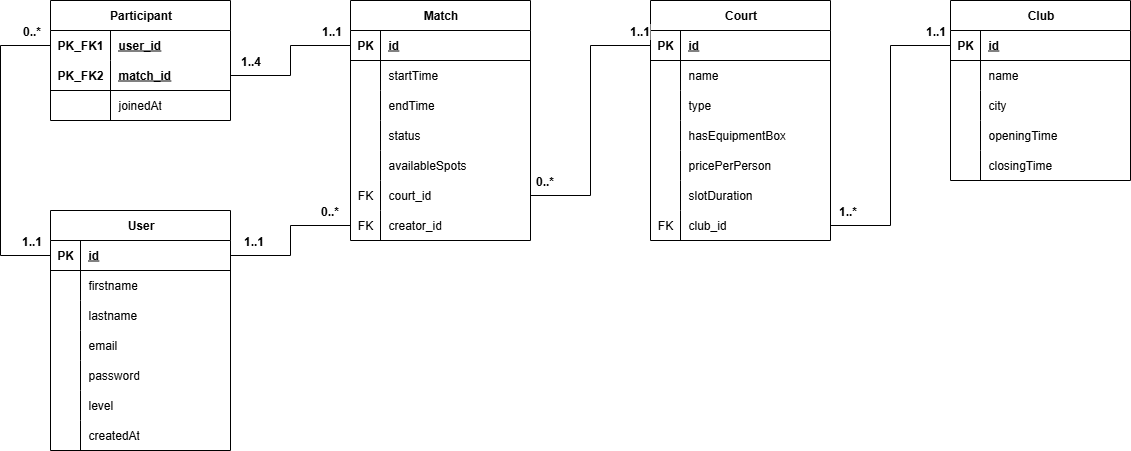
Before: documentation-latex/img/api_entity_relationship_diagram.png, a diagram exported from draw.io (jonathanboreljaquet/bj-travail-bachelor-2026). Source tidied: cells renumbered, new cells last; positions are measured from the earlier drawing's top-left corner, leaving out a move shared by most shapes.
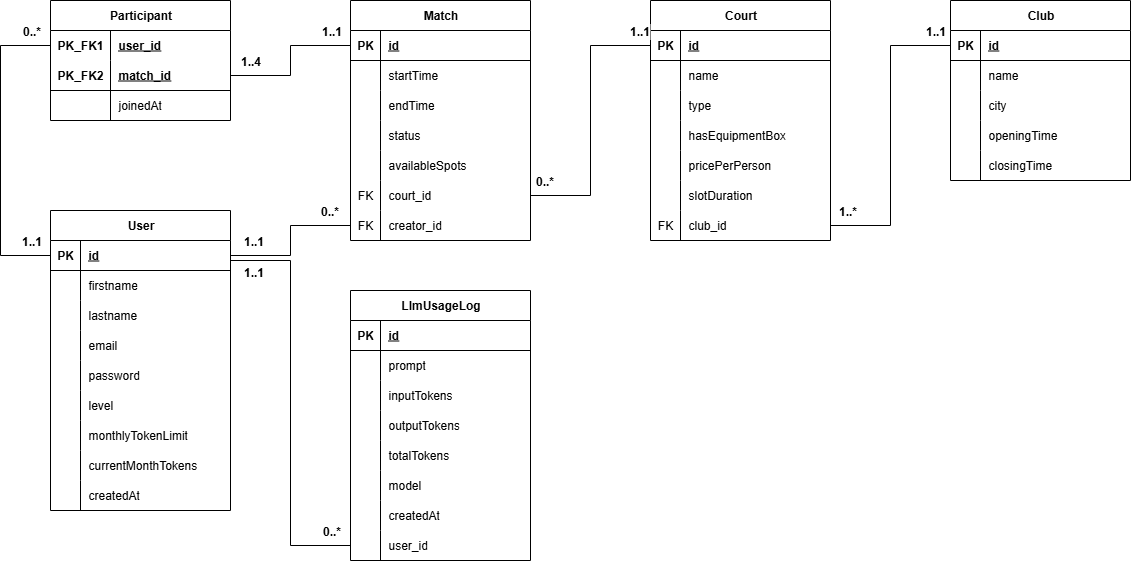
After the change.

What changed in the source:
```diff
@@ -3,7 +3,7 @@
     <mxCell id="0" />
     <mxCell id="1" parent="0" />
     <mxCell id="2" value="User" style="shape=table;startSize=30;rowLines=0;fontStyle=1;align=center;html=1;" parent="1" vertex="1">
-      <mxGeometry x="50" y="210" width="180" height="240" as="geometry" />
+      <mxGeometry x="50" y="210" width="180" height="300" as="geometry" />
     </mxCell>
     <mxCell id="3" style="shape=tableRow;horizontal=0;startSize=0;swimlaneHead=0;swimlaneBody=0;fillColor=none;points=[[0,0.5],[1,0.5]];portConstraint=eastwest;top=0;left=0;right=0;bottom=1;" parent="2" vertex="1">
       <mxGeometry y="30" width="180" height="30" as="geometry" />
@@ -65,9 +65,27 @@
     <mxCell id="22" style="shape=partialRectangle;fillColor=none;top=0;left=0;bottom=0;right=0;overflow=hidden;whiteSpace=wrap;html=1;" parent="21" vertex="1">
       <mxGeometry width="30" height="30" as="geometry" />
     </mxCell>
-    <mxCell id="23" value="createdAt" style="shape=partialRectangle;fillColor=none;top=0;left=0;bottom=0;right=0;align=left;spacingLeft=6;overflow=hidden;whiteSpace=wrap;html=1;" parent="21" vertex="1">
+    <mxCell id="23" value="monthlyTokenLimit" style="shape=partialRectangle;fillColor=none;top=0;left=0;bottom=0;right=0;align=left;spacingLeft=6;overflow=hidden;whiteSpace=wrap;html=1;" parent="21" vertex="1">
       <mxGeometry x="30" width="150" height="30" as="geometry" />
     </mxCell>
+    <mxCell id="109" style="shape=tableRow;horizontal=0;startSize=0;swimlaneHead=0;swimlaneBody=0;fillColor=none;top=0;left=0;right=0;bottom=0;" parent="2" vertex="1">
+      <mxGeometry y="240" width="180" height="30" as="geometry" />
+    </mxCell>
+    <mxCell id="110" style="shape=partialRectangle;fillColor=none;top=0;left=0;bottom=0;right=0;overflow=hidden;whiteSpace=wrap;html=1;" parent="109" vertex="1">
+      <mxGeometry width="30" height="30" as="geometry" />
+    </mxCell>
+    <mxCell id="111" value="currentMonthTokens" style="shape=partialRectangle;fillColor=none;top=0;left=0;bottom=0;right=0;align=left;spacingLeft=6;overflow=hidden;whiteSpace=wrap;html=1;" parent="109" vertex="1">
+      <mxGeometry x="30" width="150" height="30" as="geometry" />
+    </mxCell>
+    <mxCell id="112" style="shape=tableRow;horizontal=0;startSize=0;swimlaneHead=0;swimlaneBody=0;fillColor=none;top=0;left=0;right=0;bottom=0;" parent="2" vertex="1">
+      <mxGeometry y="270" width="180" height="30" as="geometry" />
+    </mxCell>
+    <mxCell id="113" style="shape=partialRectangle;fillColor=none;top=0;left=0;bottom=0;right=0;overflow=hidden;whiteSpace=wrap;html=1;" parent="112" vertex="1">
+      <mxGeometry width="30" height="30" as="geometry" />
+    </mxCell>
+    <mxCell id="114" value="createdAt" style="shape=partialRectangle;fillColor=none;top=0;left=0;bottom=0;right=0;align=left;spacingLeft=6;overflow=hidden;whiteSpace=wrap;html=1;" parent="112" vertex="1">
+      <mxGeometry x="30" width="150" height="30" as="geometry" />
+    </mxCell>
     <mxCell id="24" value="Club" style="shape=table;startSize=30;rowLines=0;fontStyle=1;align=center;html=1;" parent="1" vertex="1">
       <mxGeometry x="950" width="180" height="180" as="geometry" />
     </mxCell>
@@ -277,7 +295,7 @@
     <mxCell id="90" style="edgeStyle=orthogonalEdgeStyle;rounded=0;jettySize=auto;html=1;entryX=1;entryY=0.5;entryDx=0;entryDy=0;endArrow=none;endFill=0;" parent="1" edge="1" source="84" target="3">
       <mxGeometry relative="1" as="geometry" />
     </mxCell>
-    <mxCell id="91" value="&lt;b&gt;0..*&lt;/b&gt;" style="edgeLabel;html=1;align=center;verticalAlign=middle;fontSize=12;" parent="90" vertex="1">
+    <mxCell id="91" value="&lt;span&gt;0..*&lt;/span&gt;" style="edgeLabel;html=1;align=center;verticalAlign=middle;fontSize=12;fontStyle=1;" parent="90" vertex="1">
       <mxGeometry x="-0.84" y="-1" relative="1" as="geometry">
         <mxPoint x="-10" y="-14" as="offset" />
       </mxGeometry>
@@ -348,5 +366,98 @@
         <mxPoint x="4" y="-14" as="offset" />
       </mxGeometry>
     </mxCell>
+    <mxCell id="115" value="LlmUsageLog" style="shape=table;startSize=30;rowLines=0;fontStyle=1;align=center;html=1;" parent="1" vertex="1">
+      <mxGeometry x="350" y="290" width="180" height="270" as="geometry" />
+    </mxCell>
+    <mxCell id="116" style="shape=tableRow;horizontal=0;startSize=0;swimlaneHead=0;swimlaneBody=0;fillColor=none;top=0;left=0;right=0;bottom=1;" parent="115" vertex="1">
+      <mxGeometry y="30" width="180" height="30" as="geometry" />
+    </mxCell>
+    <mxCell id="117" value="PK" style="shape=partialRectangle;fillColor=none;top=0;left=0;bottom=0;right=0;fontStyle=1;overflow=hidden;whiteSpace=wrap;html=1;" parent="116" vertex="1">
+      <mxGeometry width="30" height="30" as="geometry" />
+    </mxCell>
+    <mxCell id="118" value="id" style="shape=partialRectangle;fillColor=none;top=0;left=0;bottom=0;right=0;align=left;spacingLeft=6;fontStyle=5;overflow=hidden;whiteSpace=wrap;html=1;" parent="116" vertex="1">
+      <mxGeometry x="30" width="150" height="30" as="geometry" />
+    </mxCell>
+    <mxCell id="119" style="shape=tableRow;horizontal=0;startSize=0;swimlaneHead=0;swimlaneBody=0;fillColor=none;top=0;left=0;right=0;bottom=0;" parent="115" vertex="1">
+      <mxGeometry y="60" width="180" height="30" as="geometry" />
+    </mxCell>
+    <mxCell id="120" style="shape=partialRectangle;fillColor=none;top=0;left=0;bottom=0;right=0;overflow=hidden;whiteSpace=wrap;html=1;" parent="119" vertex="1">
+      <mxGeometry width="30" height="30" as="geometry" />
+    </mxCell>
+    <mxCell id="121" value="prompt" style="shape=partialRectangle;fillColor=none;top=0;left=0;bottom=0;right=0;align=left;spacingLeft=6;overflow=hidden;whiteSpace=wrap;html=1;" parent="119" vertex="1">
+      <mxGeometry x="30" width="150" height="30" as="geometry" />
+    </mxCell>
+    <mxCell id="122" style="shape=tableRow;horizontal=0;startSize=0;swimlaneHead=0;swimlaneBody=0;fillColor=none;top=0;left=0;right=0;bottom=0;" parent="115" vertex="1">
+      <mxGeometry y="90" width="180" height="30" as="geometry" />
+    </mxCell>
+    <mxCell id="123" style="shape=partialRectangle;fillColor=none;top=0;left=0;bottom=0;right=0;overflow=hidden;whiteSpace=wrap;html=1;" parent="122" vertex="1">
+      <mxGeometry width="30" height="30" as="geometry" />
+    </mxCell>
+    <mxCell id="124" value="inputTokens" style="shape=partialRectangle;fillColor=none;top=0;left=0;bottom=0;right=0;align=left;spacingLeft=6;overflow=hidden;whiteSpace=wrap;html=1;" parent="122" vertex="1">
+      <mxGeometry x="30" width="150" height="30" as="geometry" />
+    </mxCell>
+    <mxCell id="125" style="shape=tableRow;horizontal=0;startSize=0;swimlaneHead=0;swimlaneBody=0;fillColor=none;top=0;left=0;right=0;bottom=0;" parent="115" vertex="1">
+      <mxGeometry y="120" width="180" height="30" as="geometry" />
+    </mxCell>
+    <mxCell id="126" style="shape=partialRectangle;fillColor=none;top=0;left=0;bottom=0;right=0;overflow=hidden;whiteSpace=wrap;html=1;" parent="125" vertex="1">
+      <mxGeometry width="30" height="30" as="geometry" />
+    </mxCell>
+    <mxCell id="127" value="outputTokens" style="shape=partialRectangle;fillColor=none;top=0;left=0;bottom=0;right=0;align=left;spacingLeft=6;overflow=hidden;whiteSpace=wrap;html=1;" parent="125" vertex="1">
+      <mxGeometry x="30" width="150" height="30" as="geometry" />
+    </mxCell>
+    <mxCell id="128" style="shape=tableRow;horizontal=0;startSize=0;swimlaneHead=0;swimlaneBody=0;fillColor=none;top=0;left=0;right=0;bottom=0;" parent="115" vertex="1">
+      <mxGeometry y="150" width="180" height="30" as="geometry" />
+    </mxCell>
+    <mxCell id="129" style="shape=partialRectangle;fillColor=none;top=0;left=0;bottom=0;right=0;overflow=hidden;whiteSpace=wrap;html=1;" parent="128" vertex="1">
+      <mxGeometry width="30" height="30" as="geometry" />
+    </mxCell>
+    <mxCell id="130" value="totalTokens" style="shape=partialRectangle;fillColor=none;top=0;left=0;bottom=0;right=0;align=left;spacingLeft=6;overflow=hidden;whiteSpace=wrap;html=1;" parent="128" vertex="1">
+      <mxGeometry x="30" width="150" height="30" as="geometry" />
+    </mxCell>
+    <mxCell id="131" style="shape=tableRow;horizontal=0;startSize=0;swimlaneHead=0;swimlaneBody=0;fillColor=none;top=0;left=0;right=0;bottom=0;" parent="115" vertex="1">
+      <mxGeometry y="180" width="180" height="30" as="geometry" />
+    </mxCell>
+    <mxCell id="132" style="shape=partialRectangle;fillColor=none;top=0;left=0;bottom=0;right=0;overflow=hidden;whiteSpace=wrap;html=1;" parent="131" vertex="1">
+      <mxGeometry width="30" height="30" as="geometry" />
+    </mxCell>
+    <mxCell id="133" value="model" style="shape=partialRectangle;fillColor=none;top=0;left=0;bottom=0;right=0;align=left;spacingLeft=6;overflow=hidden;whiteSpace=wrap;html=1;" parent="131" vertex="1">
+      <mxGeometry x="30" width="150" height="30" as="geometry" />
+    </mxCell>
+    <mxCell id="134" style="shape=tableRow;horizontal=0;startSize=0;swimlaneHead=0;swimlaneBody=0;fillColor=none;top=0;left=0;right=0;bottom=0;" parent="115" vertex="1">
+      <mxGeometry y="210" width="180" height="30" as="geometry" />
+    </mxCell>
+    <mxCell id="135" style="shape=partialRectangle;fillColor=none;top=0;left=0;bottom=0;right=0;overflow=hidden;whiteSpace=wrap;html=1;" parent="134" vertex="1">
+      <mxGeometry width="30" height="30" as="geometry" />
+    </mxCell>
+    <mxCell id="136" value="createdAt" style="shape=partialRectangle;fillColor=none;top=0;left=0;bottom=0;right=0;align=left;spacingLeft=6;overflow=hidden;whiteSpace=wrap;html=1;" parent="134" vertex="1">
+      <mxGeometry x="30" width="150" height="30" as="geometry" />
+    </mxCell>
+    <mxCell id="137" style="shape=tableRow;horizontal=0;startSize=0;swimlaneHead=0;swimlaneBody=0;fillColor=none;points=[[0,0.5],[1,0.5]];portConstraint=eastwest;top=0;left=0;right=0;bottom=0;" parent="115" vertex="1">
+      <mxGeometry y="240" width="180" height="30" as="geometry" />
+    </mxCell>
+    <mxCell id="138" style="shape=partialRectangle;fillColor=none;top=0;left=0;bottom=0;right=0;overflow=hidden;whiteSpace=wrap;html=1;" parent="137" vertex="1">
+      <mxGeometry width="30" height="30" as="geometry" />
+    </mxCell>
+    <mxCell id="139" value="user_id" style="shape=partialRectangle;fillColor=none;top=0;left=0;bottom=0;right=0;align=left;spacingLeft=6;overflow=hidden;whiteSpace=wrap;html=1;" parent="137" vertex="1">
+      <mxGeometry x="30" width="150" height="30" as="geometry" />
+    </mxCell>
+    <mxCell id="140" style="edgeStyle=orthogonalEdgeStyle;rounded=0;jettySize=auto;html=1;entryX=0;entryY=0.5;entryDx=0;entryDy=0;endArrow=none;endFill=0;" parent="1" edge="1" source="3" target="137">
+      <mxGeometry relative="1" as="geometry">
+        <Array as="points">
+          <mxPoint x="290" y="260" />
+          <mxPoint x="290" y="545" />
+        </Array>
+      </mxGeometry>
+    </mxCell>
+    <mxCell id="141" value="0..*" style="edgeLabel;html=1;align=center;verticalAlign=middle;fontSize=12;fontStyle=1;" parent="140" vertex="1">
+      <mxGeometry x="0.92" y="-1" relative="1" as="geometry">
+        <mxPoint x="-4" y="-16" as="offset" />
+      </mxGeometry>
+    </mxCell>
+    <mxCell id="142" value="1..1" style="edgeLabel;html=1;align=center;verticalAlign=middle;fontSize=12;fontStyle=1;" parent="140" vertex="1">
+      <mxGeometry x="-0.89" y="-9" relative="1" as="geometry">
+        <mxPoint x="-1" y="2" as="offset" />
+      </mxGeometry>
+    </mxCell>
   </root>
 </mxGraphModel>
```
